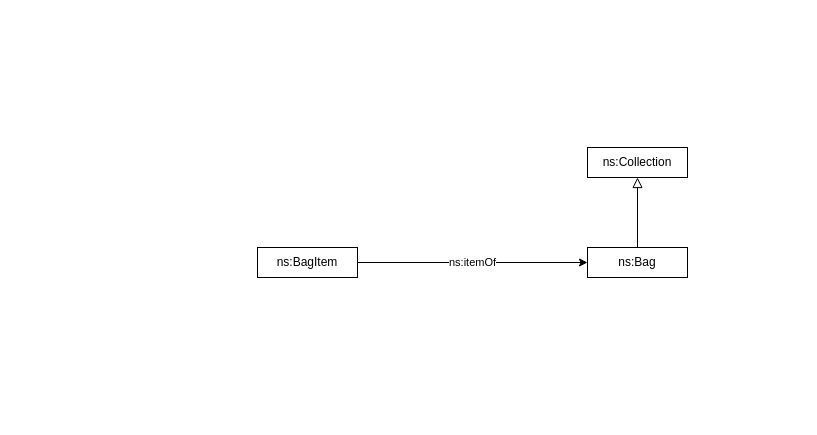
nd-crane/Drawio-experiments keeps this draw.io diagram as MODL Library Simplified/aggregationSimplified.drawio. Above is the earlier version. Source tidied: cells renumbered, new cells numbered last; positions are measured from the earlier drawing's top-left corner, leaving out a move shared by most shapes. Both pictures are drawn from the tidied source at 100%, with x=0, y=0 at pixel (257, 147).
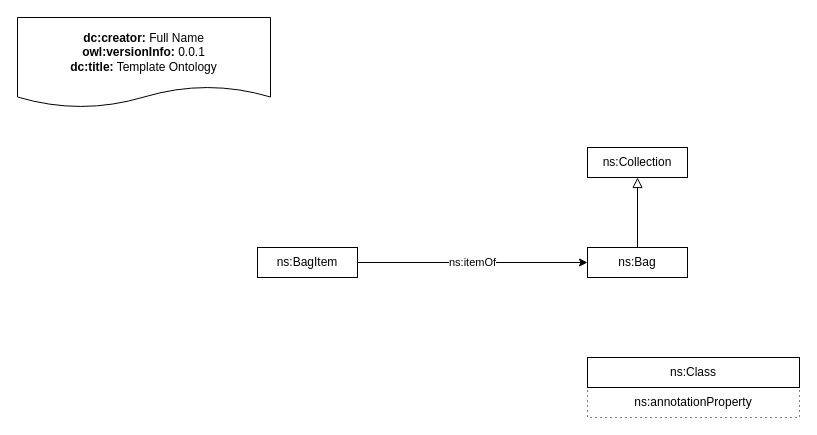
The same diagram, later.

What changed in the source:
```diff
@@
 <mxGraphModel>
   <root>
     <mxCell id="0" />
     <mxCell id="1" parent="0" />
     <mxCell id="2" style="endArrow=block;html=1;fontColor=#000099;exitX=0.5;exitY=0;exitDx=0;exitDy=0;endFill=0;entryX=0.5;entryY=1;entryDx=0;entryDy=0;endSize=8;arcSize=0;" parent="1" edge="1" source="4" target="3">
       <mxGeometry relative="1" as="geometry" />
     </mxCell>
     <mxCell id="3" value="ns:Collection" style="rounded=0;whiteSpace=wrap;html=1;snapToPoint=1;points=[[0.1,0],[0.2,0],[0.3,0],[0.4,0],[0.5,0],[0.6,0],[0.7,0],[0.8,0],[0.9,0],[0,0.1],[0,0.3],[0,0.5],[0,0.7],[0,0.9],[0.1,1],[0.2,1],[0.3,1],[0.4,1],[0.5,1],[0.6,1],[0.7,1],[0.8,1],[0.9,1],[1,0.1],[1,0.3],[1,0.5],[1,0.7],[1,0.9]];" parent="1" vertex="1">
       <mxGeometry x="330" width="100" height="30" as="geometry" />
     </mxCell>
     <mxCell id="4" value="ns:Bag" style="rounded=0;whiteSpace=wrap;html=1;snapToPoint=1;points=[[0.1,0],[0.2,0],[0.3,0],[0.4,0],[0.5,0],[0.6,0],[0.7,0],[0.8,0],[0.9,0],[0,0.1],[0,0.3],[0,0.5],[0,0.7],[0,0.9],[0.1,1],[0.2,1],[0.3,1],[0.4,1],[0.5,1],[0.6,1],[0.7,1],[0.8,1],[0.9,1],[1,0.1],[1,0.3],[1,0.5],[1,0.7],[1,0.9]];" parent="1" vertex="1">
       <mxGeometry x="330" y="100" width="100" height="30" as="geometry" />
     </mxCell>
     <mxCell id="5" value="ns:itemOf" style="edgeStyle=none;html=1;exitX=1;exitY=0.5;exitDx=0;exitDy=0;entryX=0;entryY=0.5;entryDx=0;entryDy=0;" parent="1" edge="1" source="6" target="4">
       <mxGeometry relative="1" as="geometry" />
     </mxCell>
     <mxCell id="6" value="ns:BagItem" style="rounded=0;whiteSpace=wrap;html=1;snapToPoint=1;points=[[0.1,0],[0.2,0],[0.3,0],[0.4,0],[0.5,0],[0.6,0],[0.7,0],[0.8,0],[0.9,0],[0,0.1],[0,0.3],[0,0.5],[0,0.7],[0,0.9],[0.1,1],[0.2,1],[0.3,1],[0.4,1],[0.5,1],[0.6,1],[0.7,1],[0.8,1],[0.9,1],[1,0.1],[1,0.3],[1,0.5],[1,0.7],[1,0.9]];" parent="1" vertex="1">
       <mxGeometry y="100" width="100" height="30" as="geometry" />
     </mxCell>
+    <mxCell id="7" value="&lt;div&gt;&lt;b&gt;dc:creator:&lt;/b&gt;&amp;nbsp;Full Name&lt;/div&gt;&lt;div&gt;&lt;b&gt;owl:versionInfo:&lt;/b&gt; 0.0.1&lt;/div&gt;&lt;div&gt;&lt;b&gt;dc:title:&lt;/b&gt; Template Ontology&lt;/div&gt;" style="shape=document;whiteSpace=wrap;html=1;boundedLbl=1;labelBackgroundColor=#ffffff;strokeColor=#000000;fontSize=12;fontColor=#000000;size=0.23333333333333334;" parent="1" vertex="1">
+      <mxGeometry x="-240" y="-130" width="253" height="90" as="geometry" />
+    </mxCell>
+    <mxCell id="8" value="ns:annotationProperty" style="rounded=0;whiteSpace=wrap;html=1;dashed=1;dashPattern=1 4;" parent="1" vertex="1">
+      <mxGeometry x="330" y="240" width="212" height="30" as="geometry" />
+    </mxCell>
+    <mxCell id="9" value="ns:Class" style="rounded=0;whiteSpace=wrap;html=1;" parent="1" vertex="1">
+      <mxGeometry x="330" y="210" width="212" height="30" as="geometry" />
+    </mxCell>
   </root>
 </mxGraphModel>
```
